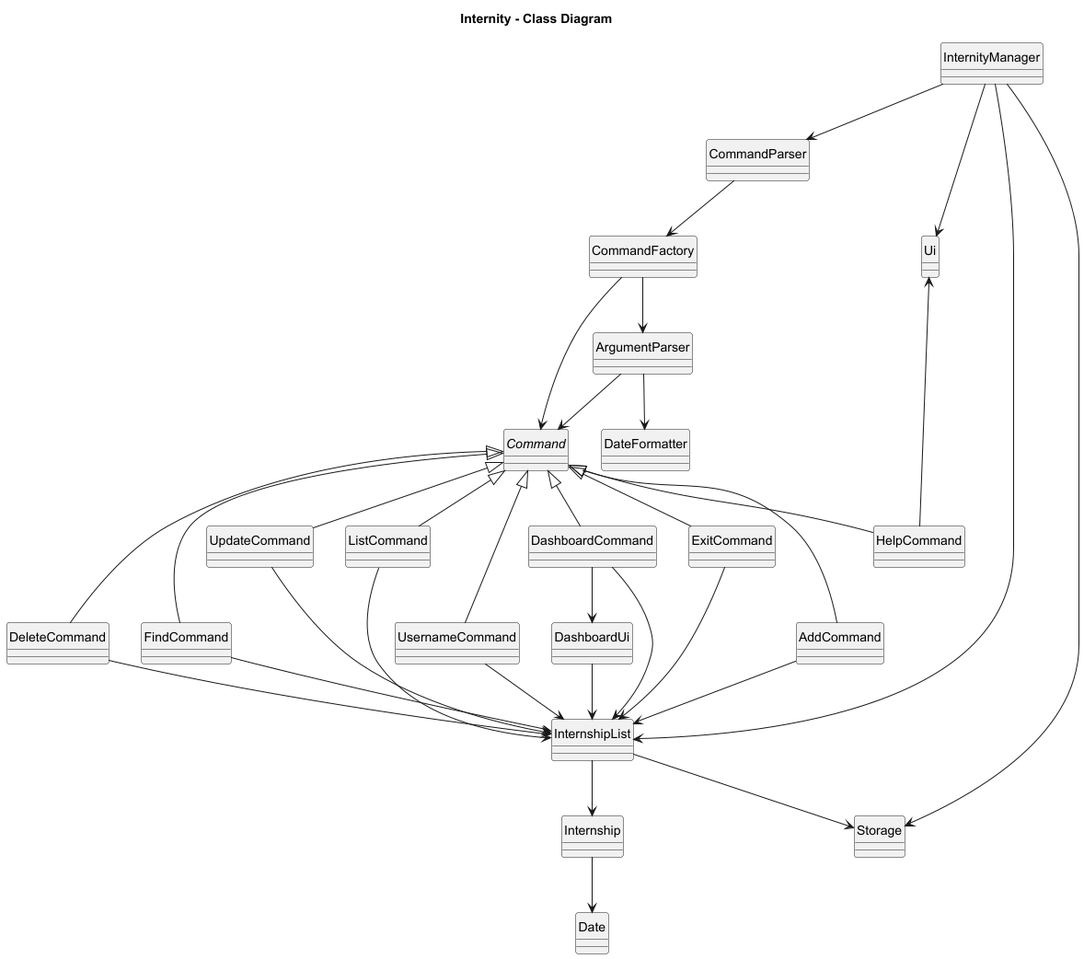
Earlier version of the PlantUML export docs/diagrams/InternityCD.png (AY2526S1-CS2113-W14-4/tp).
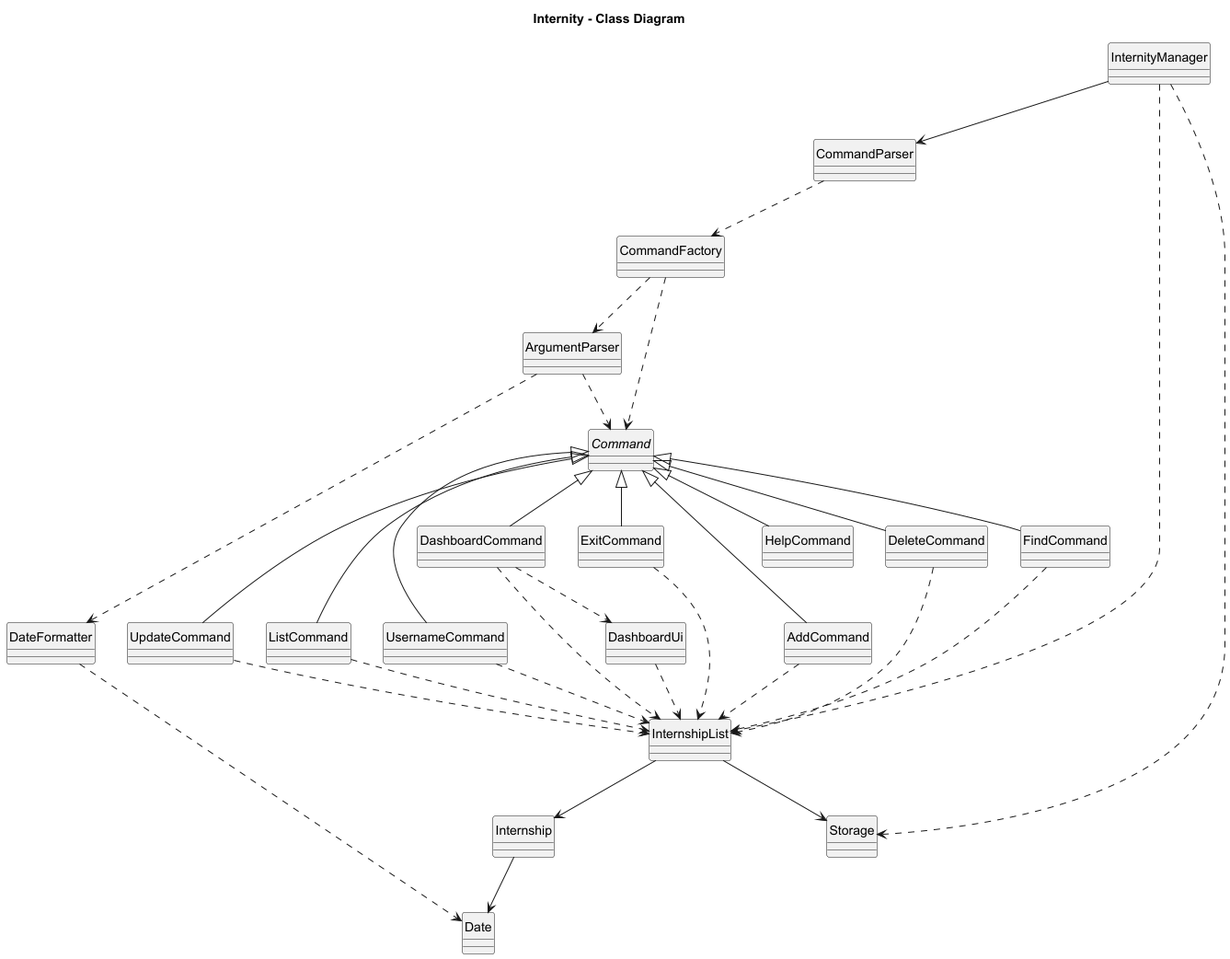
The same diagram one commit later.

What changed in the source:
```diff
@@ -24,20 +24,18 @@
 class Storage
 class Date
 
-class Ui
 class DashboardUi
 
 class DateFormatter
 
 InternityManager --> CommandParser
-InternityManager --> InternshipList
-InternityManager --> Storage
-InternityManager --> Ui
+InternityManager ..> InternshipList
+InternityManager ..> Storage
 
-CommandParser --> CommandFactory
-CommandFactory --> ArgumentParser
-CommandFactory --> Command
-ArgumentParser --> Command
+CommandParser ..> CommandFactory
+CommandFactory ..> ArgumentParser
+CommandFactory ..> Command
+ArgumentParser ..> Command
 
 Command <|-- AddCommand
 Command <|-- DeleteCommand
@@ -49,26 +47,25 @@
 Command <|-- HelpCommand
 Command <|-- ExitCommand
 
-AddCommand --> InternshipList
-DeleteCommand --> InternshipList
-FindCommand --> InternshipList
-UpdateCommand --> InternshipList
-ListCommand --> InternshipList
-UsernameCommand --> InternshipList
-DashboardCommand --> InternshipList
-ExitCommand --> InternshipList
+AddCommand ..> InternshipList
+DeleteCommand ..> InternshipList
+FindCommand ..> InternshipList
+UpdateCommand ..> InternshipList
+ListCommand ..> InternshipList
+UsernameCommand ..> InternshipList
+DashboardCommand ..> InternshipList
+ExitCommand ..> InternshipList
 
-DashboardCommand --> DashboardUi
-
-HelpCommand -up-> Ui
+DashboardCommand ..> DashboardUi
 
 HelpCommand -left[hidden]-> ExitCommand
 
 InternshipList --> Storage
 InternshipList --> Internship
 Internship --> Date
-DashboardUi --> InternshipList
+DashboardUi ..> InternshipList
+DateFormatter ..> Date
 
-ArgumentParser --> DateFormatter
+ArgumentParser ..> DateFormatter
 
 @enduml
```
